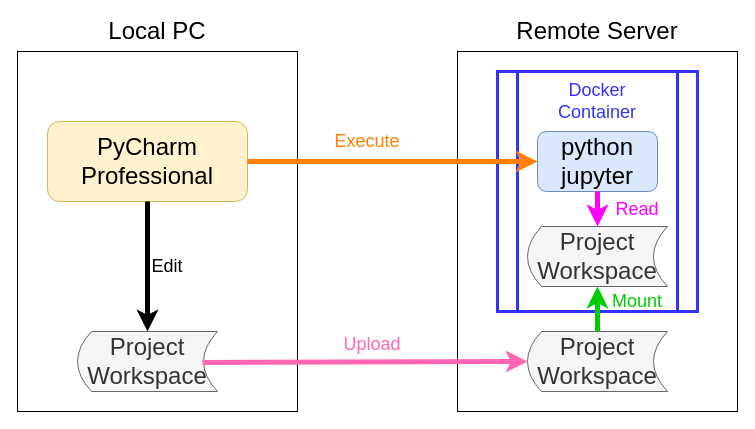
Earlier version of the draw.io diagram page "Page-1" (1 of 2) of pics/RemotePyCharm.drawio (naomori/centernet). Source tidied: cells renumbered, new cells numbered last; positions are measured from the earlier drawing's top-left corner, leaving out a move shared by most shapes. Both pictures are drawn from the tidied source at 100%, with x=0, y=0 at pixel (17, 21).
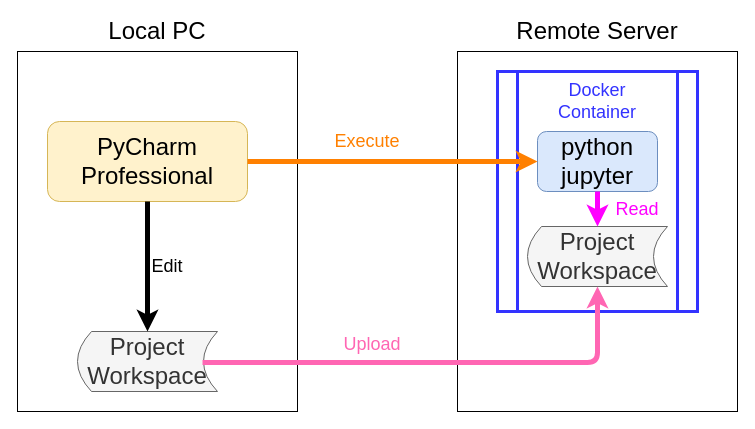
After the change.

Unchanged cells that the change refers to:
```xml
<mxCell id="9" value="Project Workspace" style="shape=dataStorage;whiteSpace=wrap;html=1;fontSize=24;strokeColor=#666666;fillColor=#f5f5f5;fontColor=#333333;" parent="1" vertex="1">
  <mxGeometry x="510" y="205" width="140" height="60" as="geometry" />
</mxCell>
<mxCell id="11" value="Project Workspace" style="shape=dataStorage;whiteSpace=wrap;html=1;fontSize=24;strokeColor=#666666;fillColor=#f5f5f5;fontColor=#333333;" parent="1" vertex="1">
  <mxGeometry x="60" y="310" width="140" height="60" as="geometry" />
</mxCell>
```

Change to the diagram source:
```diff
@@
-    <mxCell id="10" value="Project Workspace" style="shape=dataStorage;whiteSpace=wrap;html=1;fontSize=24;strokeColor=#666666;fillColor=#f5f5f5;fontColor=#333333;" parent="1" vertex="1">
-      <mxGeometry x="510" y="310" width="140" height="60" as="geometry" />
-    </mxCell>
@@
-    <mxCell id="16" style="endArrow=classic;html=1;strokeColor=#FF66B3;strokeWidth=5;fontSize=18;fontColor=#FF8000;exitX=0.893;exitY=0.517;exitDx=0;exitDy=0;entryX=0;entryY=0.5;entryDx=0;entryDy=0;exitPerimeter=0;" parent="1" edge="1" source="11" target="10">
-      <mxGeometry relative="1" as="geometry" />
+    <mxCell id="16" style="endArrow=classic;html=1;strokeColor=#FF66B3;strokeWidth=5;fontSize=18;fontColor=#FF8000;exitX=0.893;exitY=0.517;exitDx=0;exitDy=0;entryX=0.5;entryY=1;entryDx=0;entryDy=0;exitPerimeter=0;" parent="1" edge="1" source="11" target="9">
+      <mxGeometry relative="1" as="geometry">
+        <Array as="points">
+          <mxPoint x="580" y="341" />
+        </Array>
+      </mxGeometry>
     </mxCell>
@@
-    <mxCell id="19" style="endArrow=classic;html=1;strokeColor=#00CC00;strokeWidth=5;fontSize=18;fontColor=#000000;exitX=0.5;exitY=0;exitDx=0;exitDy=0;entryX=0.5;entryY=1;entryDx=0;entryDy=0;" parent="1" edge="1" source="10" target="9">
-      <mxGeometry relative="1" as="geometry" />
-    </mxCell>
-    <mxCell id="20" value="Mount" style="text;html=1;strokeColor=none;fillColor=none;align=center;verticalAlign=middle;whiteSpace=wrap;rounded=0;fontSize=18;fontColor=#00CC00;" parent="1" vertex="1">
-      <mxGeometry x="580" y="270" width="80" height="20" as="geometry" />
-    </mxCell>
```
